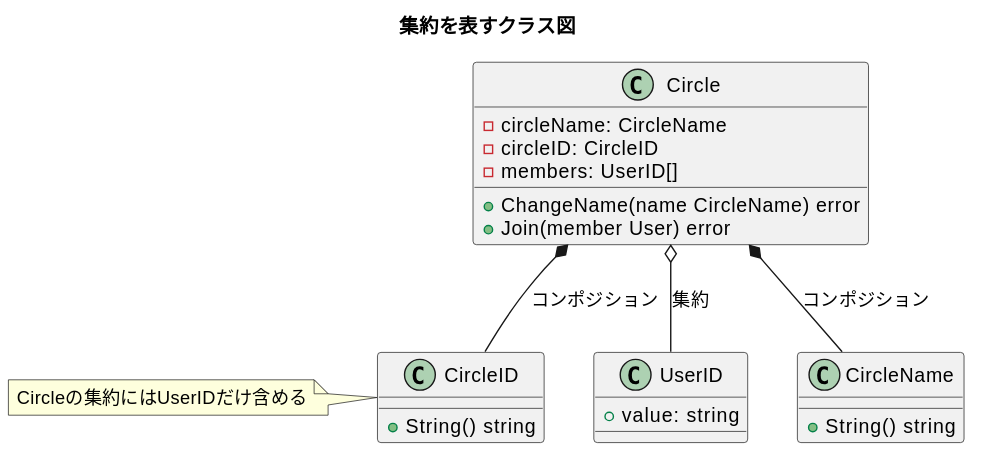
Above: diagrams/ch12-aggregate-userid.svg in Yuki-TU/ddd (PlantUML), before the change. The source it was exported from:
```plantuml
@startuml
title 集約を表すクラス図

class UserID {
  + value: string
}

class Circle {
  - circleName: CircleName
  - circleID: CircleID
  - members: UserID[]
  + ChangeName(name CircleName) error
  + Join(member User) error
}

class CircleName {
  + String() string
}
class CircleID {
  + String() string
}

note left
Circleの集約にはUserIDだけ含める
endnote

Circle *-- CircleID: コンポジション
Circle *-- CircleName: コンポジション
Circle o-- UserID: 集約
@enduml
```
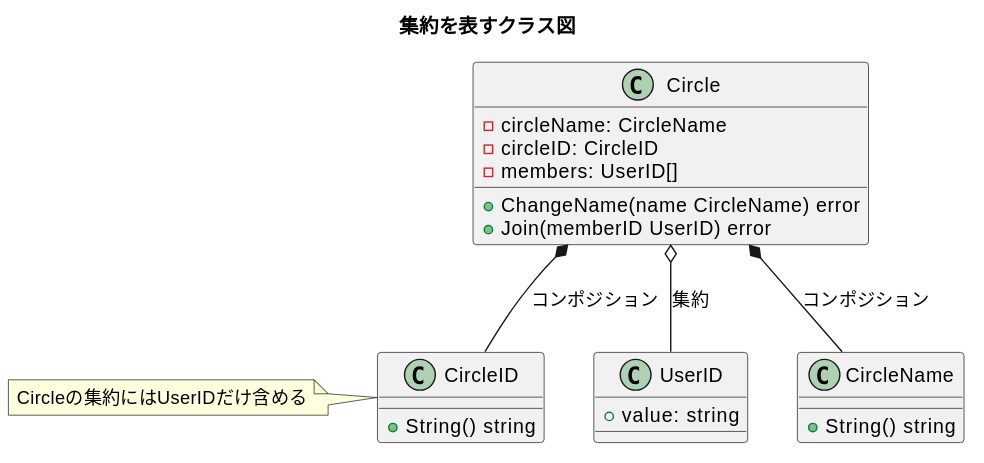
Later version of the same file.

Change to the diagram source:
```diff
@@ -10,7 +10,7 @@
   - circleID: CircleID
   - members: UserID[]
   + ChangeName(name CircleName) error
-  + Join(member User) error
+  + Join(memberID UserID) error
 }
 
 class CircleName {
```
